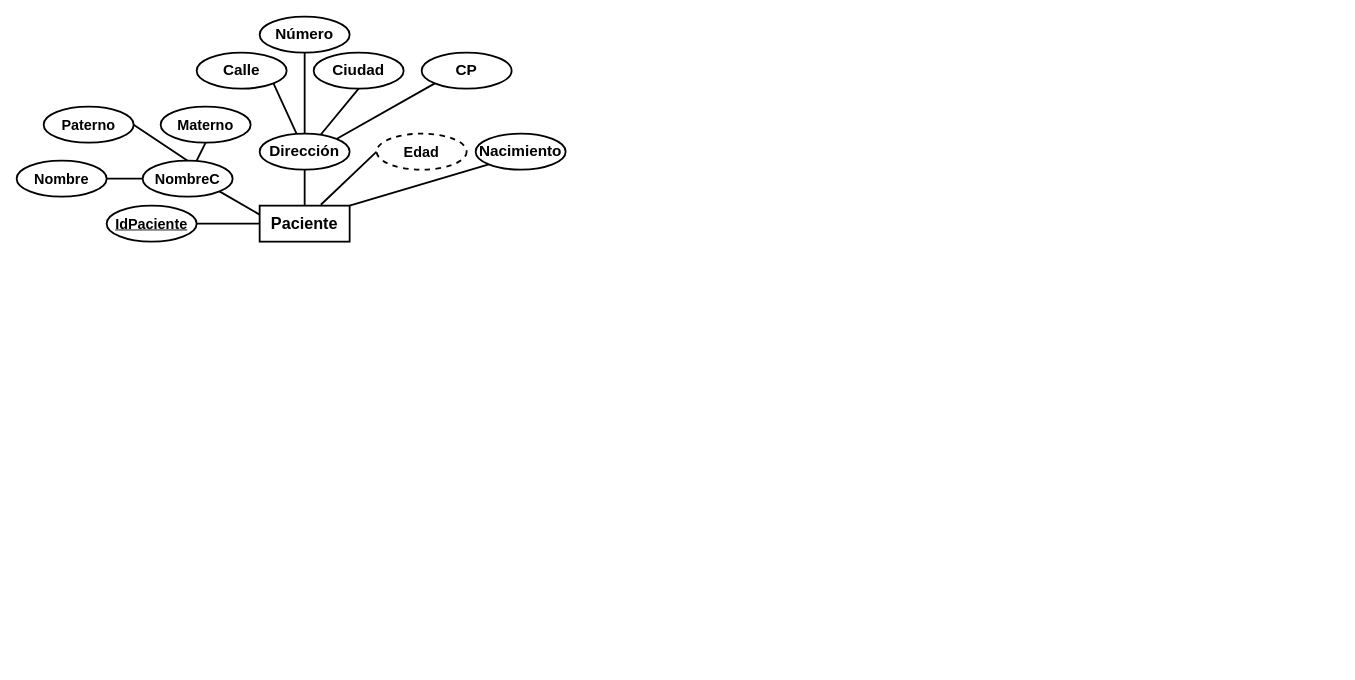
Above: clinica.drawio in DehyroM/EjercicioClinica (draw.io), before the change. Source tidied: cells renumbered, new cells numbered last; positions are measured from the earlier drawing's top-left corner, leaving out a move shared by most shapes. Both pictures are drawn from the tidied source at 90%, with x=0, y=0 at pixel (16, 16).
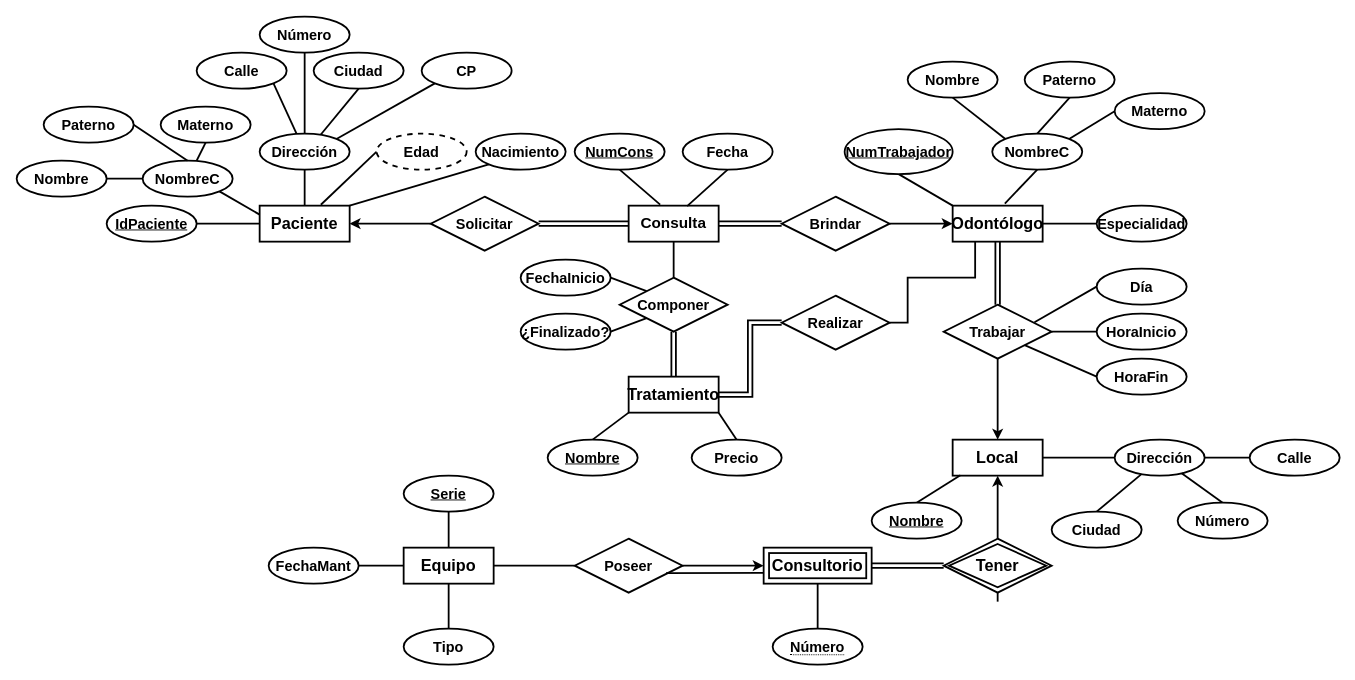
The same diagram, later.

Unchanged cells that the change refers to:
```xml
<mxCell id="2" value="Paciente" style="whiteSpace=wrap;html=1;align=center;strokeWidth=2;fontStyle=1;fontSize=18;" parent="1" vertex="1">
  <mxGeometry x="270" y="210" width="100" height="40" as="geometry" />
</mxCell>
```

Diff of the diagram source:
```diff
@@
-    <mxCell id="14" value="Dirección" style="ellipse;whiteSpace=wrap;html=1;align=center;fontSize=17;strokeWidth=2;fontStyle=1;" parent="1" vertex="1">
+    <mxCell id="14" value="Dirección" style="ellipse;whiteSpace=wrap;html=1;align=center;fontSize=16;strokeWidth=2;fontStyle=1;" parent="1" vertex="1">
       <mxGeometry x="270" y="130" width="100" height="40" as="geometry" />
     </mxCell>
@@
-    <mxCell id="16" value="Ciudad" style="ellipse;whiteSpace=wrap;html=1;align=center;fontSize=17;strokeWidth=2;fontStyle=1;" parent="1" vertex="1">
+    <mxCell id="16" value="Ciudad" style="ellipse;whiteSpace=wrap;html=1;align=center;fontSize=16;strokeWidth=2;fontStyle=1;" parent="1" vertex="1">
       <mxGeometry x="330" y="40" width="100" height="40" as="geometry" />
     </mxCell>
@@
-    <mxCell id="18" value="Número" style="ellipse;whiteSpace=wrap;html=1;align=center;fontSize=17;strokeWidth=2;fontStyle=1;" parent="1" vertex="1">
+    <mxCell id="18" value="Número" style="ellipse;whiteSpace=wrap;html=1;align=center;fontSize=16;strokeWidth=2;fontStyle=1;" parent="1" vertex="1">
       <mxGeometry x="270" width="100" height="40" as="geometry" />
     </mxCell>
@@
-    <mxCell id="20" value="Calle" style="ellipse;whiteSpace=wrap;html=1;align=center;fontSize=17;strokeWidth=2;fontStyle=1;" parent="1" vertex="1">
+    <mxCell id="20" value="Calle" style="ellipse;whiteSpace=wrap;html=1;align=center;fontSize=16;strokeWidth=2;fontStyle=1;" parent="1" vertex="1">
       <mxGeometry x="200" y="40" width="100" height="40" as="geometry" />
     </mxCell>
@@
-    <mxCell id="22" value="CP" style="ellipse;whiteSpace=wrap;html=1;align=center;fontSize=17;strokeWidth=2;fontStyle=1;" parent="1" vertex="1">
+    <mxCell id="22" value="CP" style="ellipse;whiteSpace=wrap;html=1;align=center;fontSize=16;strokeWidth=2;fontStyle=1;" parent="1" vertex="1">
       <mxGeometry x="450" y="40" width="100" height="40" as="geometry" />
     </mxCell>
@@
-    <mxCell id="26" value="Nacimiento" style="ellipse;whiteSpace=wrap;html=1;align=center;fontSize=17;strokeWidth=2;fontStyle=1;" parent="1" vertex="1">
+    <mxCell id="26" value="Nacimiento" style="ellipse;whiteSpace=wrap;html=1;align=center;fontSize=16;strokeWidth=2;fontStyle=1;" parent="1" vertex="1">
       <mxGeometry x="510" y="130" width="100" height="40" as="geometry" />
     </mxCell>
+    <mxCell id="27" value="Consulta" style="whiteSpace=wrap;html=1;align=center;fontSize=17;strokeWidth=2;fontStyle=1;" parent="1" vertex="1">
+      <mxGeometry x="680" y="210" width="100" height="40" as="geometry" />
+    </mxCell>
+    <mxCell id="28" style="edgeStyle=none;rounded=0;jettySize=auto;html=1;exitX=0.5;exitY=1;exitDx=0;exitDy=0;entryX=0.65;entryY=0.013;entryDx=0;entryDy=0;entryPerimeter=0;fontSize=16;endArrow=none;endFill=0;strokeWidth=2;" parent="1" edge="1" source="29" target="27">
+      <mxGeometry relative="1" as="geometry" />
+    </mxCell>
+    <mxCell id="29" value="Fecha" style="ellipse;whiteSpace=wrap;html=1;align=center;fontSize=16;strokeWidth=2;fontStyle=1;" parent="1" vertex="1">
+      <mxGeometry x="740" y="130" width="100" height="40" as="geometry" />
+    </mxCell>
+    <mxCell id="30" style="edgeStyle=none;rounded=0;jettySize=auto;html=1;exitX=0.5;exitY=1;exitDx=0;exitDy=0;entryX=0.35;entryY=-0.029;entryDx=0;entryDy=0;entryPerimeter=0;fontSize=16;endArrow=none;endFill=0;strokeWidth=2;" parent="1" edge="1" source="31" target="27">
+      <mxGeometry relative="1" as="geometry" />
+    </mxCell>
+    <mxCell id="31" value="NumCons" style="ellipse;whiteSpace=wrap;html=1;align=center;fontStyle=5;fontSize=16;strokeWidth=2;" parent="1" vertex="1">
+      <mxGeometry x="620" y="130" width="100" height="40" as="geometry" />
+    </mxCell>
+    <mxCell id="32" value="Odontólogo" style="whiteSpace=wrap;html=1;align=center;fontSize=18;strokeWidth=2;fontStyle=1;" parent="1" vertex="1">
+      <mxGeometry x="1040" y="210" width="100" height="40" as="geometry" />
+    </mxCell>
+    <mxCell id="33" style="edgeStyle=none;rounded=0;jettySize=auto;html=1;exitX=0.5;exitY=1;exitDx=0;exitDy=0;entryX=0;entryY=0;entryDx=0;entryDy=0;fontSize=16;endArrow=none;endFill=0;strokeWidth=2;" parent="1" edge="1" source="34" target="32">
+      <mxGeometry relative="1" as="geometry" />
+    </mxCell>
+    <mxCell id="34" value="NumTrabajador" style="ellipse;whiteSpace=wrap;html=1;align=center;fontStyle=5;fontSize=16;strokeWidth=2;" parent="1" vertex="1">
+      <mxGeometry x="920" y="125" width="120" height="50" as="geometry" />
+    </mxCell>
+    <mxCell id="35" style="edgeStyle=none;rounded=0;jettySize=auto;html=1;exitX=0.5;exitY=1;exitDx=0;exitDy=0;entryX=0.58;entryY=-0.057;entryDx=0;entryDy=0;entryPerimeter=0;fontSize=16;endArrow=none;endFill=0;strokeWidth=2;" parent="1" edge="1" source="36" target="32">
+      <mxGeometry relative="1" as="geometry" />
+    </mxCell>
+    <mxCell id="36" value="NombreC" style="ellipse;whiteSpace=wrap;html=1;align=center;fontSize=16;strokeWidth=2;fontStyle=1;" parent="1" vertex="1">
+      <mxGeometry x="1084" y="130" width="100" height="40" as="geometry" />
+    </mxCell>
+    <mxCell id="37" style="edgeStyle=none;rounded=0;jettySize=auto;html=1;exitX=0;exitY=0.5;exitDx=0;exitDy=0;entryX=1;entryY=0.5;entryDx=0;entryDy=0;fontSize=16;endArrow=none;endFill=0;strokeWidth=2;" parent="1" edge="1" source="38" target="32">
+      <mxGeometry relative="1" as="geometry" />
+    </mxCell>
+    <mxCell id="38" value="Especialidad" style="ellipse;whiteSpace=wrap;html=1;align=center;fontSize=16;strokeWidth=2;fontStyle=1;" parent="1" vertex="1">
+      <mxGeometry x="1200" y="210" width="100" height="40" as="geometry" />
+    </mxCell>
+    <mxCell id="39" style="edgeStyle=none;rounded=0;jettySize=auto;html=1;exitX=0.5;exitY=1;exitDx=0;exitDy=0;entryX=0;entryY=0;entryDx=0;entryDy=0;fontSize=16;endArrow=none;endFill=0;strokeWidth=2;" parent="1" edge="1" source="40" target="36">
+      <mxGeometry relative="1" as="geometry" />
+    </mxCell>
+    <mxCell id="40" value="Nombre" style="ellipse;whiteSpace=wrap;html=1;align=center;fontSize=16;strokeWidth=2;fontStyle=1;" parent="1" vertex="1">
+      <mxGeometry x="990" y="50" width="100" height="40" as="geometry" />
+    </mxCell>
+    <mxCell id="41" style="edgeStyle=none;rounded=0;jettySize=auto;html=1;exitX=0.5;exitY=1;exitDx=0;exitDy=0;entryX=0.5;entryY=0;entryDx=0;entryDy=0;fontSize=16;endArrow=none;endFill=0;strokeWidth=2;" parent="1" edge="1" source="42" target="36">
+      <mxGeometry relative="1" as="geometry" />
+    </mxCell>
+    <mxCell id="42" value="Paterno" style="ellipse;whiteSpace=wrap;html=1;align=center;fontSize=16;strokeWidth=2;fontStyle=1;" parent="1" vertex="1">
+      <mxGeometry x="1120" y="50" width="100" height="40" as="geometry" />
+    </mxCell>
+    <mxCell id="43" style="edgeStyle=none;rounded=0;jettySize=auto;html=1;exitX=0;exitY=0.5;exitDx=0;exitDy=0;entryX=1;entryY=0;entryDx=0;entryDy=0;fontSize=16;endArrow=none;endFill=0;strokeWidth=2;" parent="1" edge="1" source="44" target="36">
+      <mxGeometry relative="1" as="geometry" />
+    </mxCell>
+    <mxCell id="44" value="Materno" style="ellipse;whiteSpace=wrap;html=1;align=center;fontSize=16;strokeWidth=2;fontStyle=1;" parent="1" vertex="1">
+      <mxGeometry x="1220" y="85" width="100" height="40" as="geometry" />
+    </mxCell>
+    <mxCell id="45" value="Tratamiento" style="whiteSpace=wrap;html=1;align=center;fontSize=18;strokeWidth=2;fontStyle=1;" parent="1" vertex="1">
+      <mxGeometry x="680" y="400" width="100" height="40" as="geometry" />
+    </mxCell>
+    <mxCell id="46" style="edgeStyle=none;rounded=0;jettySize=auto;html=1;exitX=0.5;exitY=0;exitDx=0;exitDy=0;entryX=1;entryY=1;entryDx=0;entryDy=0;fontSize=18;endArrow=none;endFill=0;strokeWidth=2;" parent="1" edge="1" source="47" target="45">
+      <mxGeometry relative="1" as="geometry" />
+    </mxCell>
+    <mxCell id="47" value="Precio" style="ellipse;whiteSpace=wrap;html=1;align=center;fontSize=16;strokeWidth=2;fontStyle=1;" parent="1" vertex="1">
+      <mxGeometry x="750" y="470" width="100" height="40" as="geometry" />
+    </mxCell>
+    <mxCell id="48" style="edgeStyle=none;rounded=0;jettySize=auto;html=1;exitX=0.5;exitY=0;exitDx=0;exitDy=0;entryX=0;entryY=1;entryDx=0;entryDy=0;fontSize=18;endArrow=none;endFill=0;strokeWidth=2;" parent="1" edge="1" source="49" target="45">
+      <mxGeometry relative="1" as="geometry" />
+    </mxCell>
+    <mxCell id="49" value="Nombre" style="ellipse;whiteSpace=wrap;html=1;align=center;fontStyle=5;fontSize=16;strokeWidth=2;" parent="1" vertex="1">
+      <mxGeometry x="590" y="470" width="100" height="40" as="geometry" />
+    </mxCell>
+    <mxCell id="50" value="Local" style="whiteSpace=wrap;html=1;align=center;fontSize=18;strokeWidth=2;fontStyle=1;" parent="1" vertex="1">
+      <mxGeometry x="1040" y="470" width="100" height="40" as="geometry" />
+    </mxCell>
+    <mxCell id="51" style="edgeStyle=none;rounded=0;jettySize=auto;html=1;exitX=0.5;exitY=0;exitDx=0;exitDy=0;entryX=0.086;entryY=0.987;entryDx=0;entryDy=0;entryPerimeter=0;fontSize=16;endArrow=none;endFill=0;strokeWidth=2;" parent="1" edge="1" source="52" target="50">
+      <mxGeometry relative="1" as="geometry" />
+    </mxCell>
+    <mxCell id="52" value="Nombre" style="ellipse;whiteSpace=wrap;html=1;align=center;fontStyle=5;fontSize=16;strokeWidth=2;" parent="1" vertex="1">
+      <mxGeometry x="950" y="540" width="100" height="40" as="geometry" />
+    </mxCell>
+    <mxCell id="53" style="edgeStyle=none;rounded=0;jettySize=auto;html=1;exitX=0.5;exitY=0;exitDx=0;exitDy=0;entryX=0.298;entryY=0.957;entryDx=0;entryDy=0;entryPerimeter=0;fontSize=16;endArrow=none;endFill=0;strokeWidth=2;" parent="1" edge="1" source="54" target="56">
+      <mxGeometry relative="1" as="geometry" />
+    </mxCell>
+    <mxCell id="54" value="Ciudad" style="ellipse;whiteSpace=wrap;html=1;align=center;fontSize=16;strokeWidth=2;fontStyle=1;" parent="1" vertex="1">
+      <mxGeometry x="1150" y="550" width="100" height="40" as="geometry" />
+    </mxCell>
+    <mxCell id="55" style="edgeStyle=none;rounded=0;jettySize=auto;html=1;exitX=0;exitY=0.5;exitDx=0;exitDy=0;entryX=1;entryY=0.5;entryDx=0;entryDy=0;fontSize=16;endArrow=none;endFill=0;strokeWidth=2;" parent="1" edge="1" source="56" target="50">
+      <mxGeometry relative="1" as="geometry" />
+    </mxCell>
+    <mxCell id="56" value="Dirección" style="ellipse;whiteSpace=wrap;html=1;align=center;fontSize=16;strokeWidth=2;fontStyle=1;" parent="1" vertex="1">
+      <mxGeometry x="1220" y="470" width="100" height="40" as="geometry" />
+    </mxCell>
+    <mxCell id="57" style="edgeStyle=none;rounded=0;jettySize=auto;html=1;exitX=0.5;exitY=0;exitDx=0;exitDy=0;fontSize=16;endArrow=none;endFill=0;strokeWidth=2;" parent="1" edge="1" source="58" target="56">
+      <mxGeometry relative="1" as="geometry" />
+    </mxCell>
+    <mxCell id="58" value="Número" style="ellipse;whiteSpace=wrap;html=1;align=center;fontSize=16;strokeWidth=2;fontStyle=1;" parent="1" vertex="1">
+      <mxGeometry x="1290" y="540" width="100" height="40" as="geometry" />
+    </mxCell>
+    <mxCell id="59" style="edgeStyle=none;rounded=0;jettySize=auto;html=1;exitX=0;exitY=0.5;exitDx=0;exitDy=0;entryX=1;entryY=0.5;entryDx=0;entryDy=0;fontSize=16;endArrow=none;endFill=0;strokeWidth=2;" parent="1" edge="1" source="60" target="56">
+      <mxGeometry relative="1" as="geometry" />
+    </mxCell>
+    <mxCell id="60" value="Calle" style="ellipse;whiteSpace=wrap;html=1;align=center;fontSize=16;strokeWidth=2;fontStyle=1;" parent="1" vertex="1">
+      <mxGeometry x="1370" y="470" width="100" height="40" as="geometry" />
+    </mxCell>
+    <mxCell id="61" value="Consultorio" style="whiteSpace=wrap;html=1;align=center;fontSize=18;strokeWidth=2;fontStyle=1;shape=ext;margin=3;double=1;" parent="1" vertex="1">
+      <mxGeometry x="830" y="590" width="120" height="40" as="geometry" />
+    </mxCell>
+    <mxCell id="62" style="edgeStyle=none;rounded=0;jettySize=auto;html=1;exitX=0.5;exitY=0;exitDx=0;exitDy=0;entryX=0.5;entryY=1;entryDx=0;entryDy=0;fontSize=16;endArrow=none;endFill=0;strokeWidth=2;" parent="1" edge="1" source="73" target="61">
+      <mxGeometry relative="1" as="geometry" />
+    </mxCell>
+    <mxCell id="63" value="Equipo" style="whiteSpace=wrap;html=1;align=center;fontSize=18;strokeWidth=2;fontStyle=1;" parent="1" vertex="1">
+      <mxGeometry x="430" y="590" width="100" height="40" as="geometry" />
+    </mxCell>
+    <mxCell id="64" style="edgeStyle=none;rounded=0;jettySize=auto;html=1;exitX=0.5;exitY=1;exitDx=0;exitDy=0;entryX=0.5;entryY=0;entryDx=0;entryDy=0;fontSize=18;endArrow=none;endFill=0;strokeWidth=2;" parent="1" edge="1" source="65" target="63">
+      <mxGeometry relative="1" as="geometry" />
+    </mxCell>
+    <mxCell id="65" value="Serie" style="ellipse;whiteSpace=wrap;html=1;align=center;fontStyle=5;fontSize=16;strokeWidth=2;" parent="1" vertex="1">
+      <mxGeometry x="430" y="510" width="100" height="40" as="geometry" />
+    </mxCell>
+    <mxCell id="66" style="edgeStyle=none;rounded=0;jettySize=auto;html=1;exitX=1;exitY=0.5;exitDx=0;exitDy=0;entryX=0;entryY=0.5;entryDx=0;entryDy=0;fontSize=18;endArrow=none;endFill=0;strokeWidth=2;" parent="1" edge="1" source="67" target="63">
+      <mxGeometry relative="1" as="geometry" />
+    </mxCell>
+    <mxCell id="67" value="FechaMant" style="ellipse;whiteSpace=wrap;html=1;align=center;fontSize=16;strokeWidth=2;fontStyle=1;" parent="1" vertex="1">
+      <mxGeometry x="280" y="590" width="100" height="40" as="geometry" />
+    </mxCell>
+    <mxCell id="68" style="edgeStyle=none;rounded=0;jettySize=auto;html=1;exitX=0.5;exitY=0;exitDx=0;exitDy=0;entryX=0.5;entryY=1;entryDx=0;entryDy=0;fontSize=18;endArrow=none;endFill=0;strokeWidth=2;" parent="1" edge="1" source="69" target="63">
+      <mxGeometry relative="1" as="geometry" />
+    </mxCell>
+    <mxCell id="69" value="Tipo" style="ellipse;whiteSpace=wrap;html=1;align=center;fontSize=16;strokeWidth=2;fontStyle=1;" parent="1" vertex="1">
+      <mxGeometry x="430" y="680" width="100" height="40" as="geometry" />
+    </mxCell>
+    <mxCell id="70" style="edgeStyle=none;rounded=0;jettySize=auto;html=1;exitX=0.5;exitY=0;exitDx=0;exitDy=0;entryX=0.5;entryY=1;entryDx=0;entryDy=0;fontSize=18;endArrow=classic;endFill=1;strokeWidth=2;" parent="1" edge="1" target="50">
+      <mxGeometry relative="1" as="geometry">
+        <mxPoint x="1090" y="650" as="sourcePoint" />
+      </mxGeometry>
+    </mxCell>
+    <mxCell id="71" style="edgeStyle=none;rounded=0;jettySize=auto;html=1;exitX=0;exitY=0.5;exitDx=0;exitDy=0;entryX=1;entryY=0.5;entryDx=0;entryDy=0;fontSize=18;endArrow=none;endFill=0;strokeWidth=2;shape=link;" parent="1" edge="1" source="72" target="61">
+      <mxGeometry relative="1" as="geometry" />
+    </mxCell>
+    <mxCell id="72" value="Tener" style="shape=rhombus;perimeter=rhombusPerimeter;whiteSpace=wrap;html=1;align=center;fontSize=18;strokeWidth=2;fontStyle=1;double=1;" parent="1" vertex="1">
+      <mxGeometry x="1030" y="580" width="120" height="60" as="geometry" />
+    </mxCell>
+    <mxCell id="73" value="&lt;span style=&quot;border-bottom: 1px dotted; font-size: 16px;&quot;&gt;Número&lt;/span&gt;" style="ellipse;whiteSpace=wrap;html=1;align=center;fontSize=16;strokeWidth=2;fontStyle=1;" parent="1" vertex="1">
+      <mxGeometry x="840" y="680" width="100" height="40" as="geometry" />
+    </mxCell>
+    <mxCell id="74" style="edgeStyle=none;rounded=0;jettySize=auto;html=1;exitX=0;exitY=0.5;exitDx=0;exitDy=0;entryX=1;entryY=0.5;entryDx=0;entryDy=0;fontSize=16;endArrow=none;endFill=0;strokeWidth=2;" parent="1" edge="1" source="76" target="63">
+      <mxGeometry relative="1" as="geometry" />
+    </mxCell>
+    <mxCell id="75" style="edgeStyle=none;rounded=0;jettySize=auto;html=1;exitX=1;exitY=0.5;exitDx=0;exitDy=0;entryX=0;entryY=0.5;entryDx=0;entryDy=0;fontSize=16;endArrow=classic;endFill=1;strokeWidth=2;" parent="1" edge="1" source="76" target="61">
+      <mxGeometry relative="1" as="geometry" />
+    </mxCell>
+    <mxCell id="76" value="Poseer" style="shape=rhombus;perimeter=rhombusPerimeter;whiteSpace=wrap;html=1;align=center;fontSize=16;strokeWidth=2;fontStyle=1;" parent="1" vertex="1">
+      <mxGeometry x="620" y="580" width="120" height="60" as="geometry" />
+    </mxCell>
+    <mxCell id="77" style="edgeStyle=none;rounded=0;jettySize=auto;html=1;exitX=0.846;exitY=0.638;exitDx=0;exitDy=0;fontSize=16;endArrow=none;endFill=0;strokeWidth=2;exitPerimeter=0;" parent="1" edge="1" source="76">
+      <mxGeometry relative="1" as="geometry">
+        <mxPoint x="830" y="618" as="targetPoint" />
+      </mxGeometry>
+    </mxCell>
+    <mxCell id="78" style="edgeStyle=orthogonalEdgeStyle;rounded=0;jettySize=auto;html=1;exitX=1;exitY=0.5;exitDx=0;exitDy=0;entryX=0.25;entryY=1;entryDx=0;entryDy=0;fontSize=16;endArrow=none;endFill=0;strokeWidth=2;" parent="1" edge="1" source="80" target="32">
+      <mxGeometry relative="1" as="geometry">
+        <Array as="points">
+          <mxPoint x="990" y="340" />
+          <mxPoint x="990" y="290" />
+          <mxPoint x="1065" y="290" />
+        </Array>
+      </mxGeometry>
+    </mxCell>
+    <mxCell id="79" style="edgeStyle=orthogonalEdgeStyle;rounded=0;jettySize=auto;html=1;exitX=0;exitY=0.5;exitDx=0;exitDy=0;entryX=1;entryY=0.5;entryDx=0;entryDy=0;fontSize=16;endArrow=none;endFill=0;strokeWidth=2;shape=link;" parent="1" edge="1" source="80" target="45">
+      <mxGeometry relative="1" as="geometry" />
+    </mxCell>
+    <mxCell id="80" value="Realizar" style="shape=rhombus;perimeter=rhombusPerimeter;whiteSpace=wrap;html=1;align=center;fontSize=16;strokeWidth=2;fontStyle=1;" parent="1" vertex="1">
+      <mxGeometry x="850" y="310" width="120" height="60" as="geometry" />
+    </mxCell>
+    <mxCell id="81" style="edgeStyle=orthogonalEdgeStyle;rounded=0;jettySize=auto;html=1;exitX=0.5;exitY=0;exitDx=0;exitDy=0;entryX=0.5;entryY=1;entryDx=0;entryDy=0;fontSize=16;endArrow=none;endFill=0;strokeWidth=2;shape=link;" parent="1" edge="1" source="83" target="32">
+      <mxGeometry relative="1" as="geometry" />
+    </mxCell>
+    <mxCell id="82" style="edgeStyle=orthogonalEdgeStyle;rounded=0;jettySize=auto;html=1;exitX=0.5;exitY=1;exitDx=0;exitDy=0;entryX=0.5;entryY=0;entryDx=0;entryDy=0;fontSize=16;endArrow=classic;endFill=1;strokeWidth=2;" parent="1" edge="1" source="83" target="50">
+      <mxGeometry relative="1" as="geometry" />
+    </mxCell>
+    <mxCell id="83" value="Trabajar" style="shape=rhombus;perimeter=rhombusPerimeter;whiteSpace=wrap;html=1;align=center;fontSize=16;strokeWidth=2;fontStyle=1;" parent="1" vertex="1">
+      <mxGeometry x="1030" y="320" width="120" height="60" as="geometry" />
+    </mxCell>
+    <mxCell id="84" style="edgeStyle=none;rounded=0;jettySize=auto;html=1;exitX=0;exitY=0.5;exitDx=0;exitDy=0;entryX=1;entryY=1;entryDx=0;entryDy=0;fontSize=16;endArrow=none;endFill=0;strokeWidth=2;" parent="1" edge="1" source="85" target="83">
+      <mxGeometry relative="1" as="geometry" />
+    </mxCell>
+    <mxCell id="85" value="HoraFin" style="ellipse;whiteSpace=wrap;html=1;align=center;fontSize=16;strokeWidth=2;fontStyle=1;" parent="1" vertex="1">
+      <mxGeometry x="1200" y="380" width="100" height="40" as="geometry" />
+    </mxCell>
+    <mxCell id="86" style="edgeStyle=none;rounded=0;jettySize=auto;html=1;exitX=0;exitY=0.5;exitDx=0;exitDy=0;entryX=1;entryY=0.5;entryDx=0;entryDy=0;fontSize=16;endArrow=none;endFill=0;strokeWidth=2;" parent="1" edge="1" source="87" target="83">
+      <mxGeometry relative="1" as="geometry" />
+    </mxCell>
+    <mxCell id="87" value="HoraInicio" style="ellipse;whiteSpace=wrap;html=1;align=center;fontSize=16;strokeWidth=2;fontStyle=1;" parent="1" vertex="1">
+      <mxGeometry x="1200" y="330" width="100" height="40" as="geometry" />
+    </mxCell>
+    <mxCell id="88" style="rounded=0;jettySize=auto;html=1;exitX=0;exitY=0.5;exitDx=0;exitDy=0;entryX=0.841;entryY=0.325;entryDx=0;entryDy=0;entryPerimeter=0;fontSize=16;endArrow=none;endFill=0;strokeWidth=2;" parent="1" edge="1" source="89" target="83">
+      <mxGeometry relative="1" as="geometry" />
+    </mxCell>
+    <mxCell id="89" value="Día" style="ellipse;whiteSpace=wrap;html=1;align=center;fontSize=16;strokeWidth=2;fontStyle=1;" parent="1" vertex="1">
+      <mxGeometry x="1200" y="280" width="100" height="40" as="geometry" />
+    </mxCell>
+    <mxCell id="90" style="edgeStyle=none;rounded=0;jettySize=auto;html=1;exitX=1;exitY=0.5;exitDx=0;exitDy=0;entryX=0;entryY=0.5;entryDx=0;entryDy=0;fontSize=16;endArrow=none;endFill=0;strokeWidth=2;shape=link;" parent="1" edge="1" source="92" target="27">
+      <mxGeometry relative="1" as="geometry" />
+    </mxCell>
+    <mxCell id="91" style="edgeStyle=none;rounded=0;jettySize=auto;html=1;exitX=0;exitY=0.5;exitDx=0;exitDy=0;entryX=1;entryY=0.5;entryDx=0;entryDy=0;fontSize=16;endArrow=classic;endFill=1;strokeWidth=2;" parent="1" edge="1" source="92" target="2">
+      <mxGeometry relative="1" as="geometry" />
+    </mxCell>
+    <mxCell id="92" value="Solicitar" style="shape=rhombus;perimeter=rhombusPerimeter;whiteSpace=wrap;html=1;align=center;fontSize=16;strokeWidth=2;fontStyle=1;" parent="1" vertex="1">
+      <mxGeometry x="460" y="200" width="120" height="60" as="geometry" />
+    </mxCell>
+    <mxCell id="93" style="edgeStyle=none;rounded=0;jettySize=auto;html=1;exitX=1;exitY=0.5;exitDx=0;exitDy=0;entryX=0;entryY=0.5;entryDx=0;entryDy=0;fontSize=16;endArrow=classic;endFill=1;strokeWidth=2;" parent="1" edge="1" source="95" target="32">
+      <mxGeometry relative="1" as="geometry" />
+    </mxCell>
+    <mxCell id="94" style="edgeStyle=none;rounded=0;jettySize=auto;html=1;exitX=0;exitY=0.5;exitDx=0;exitDy=0;entryX=1;entryY=0.5;entryDx=0;entryDy=0;fontSize=16;endArrow=none;endFill=0;strokeWidth=2;shape=link;" parent="1" edge="1" source="95" target="27">
+      <mxGeometry relative="1" as="geometry" />
+    </mxCell>
+    <mxCell id="95" value="Brindar" style="shape=rhombus;perimeter=rhombusPerimeter;whiteSpace=wrap;html=1;align=center;fontSize=16;strokeWidth=2;fontStyle=1;" parent="1" vertex="1">
+      <mxGeometry x="850" y="200" width="120" height="60" as="geometry" />
+    </mxCell>
+    <mxCell id="96" style="edgeStyle=none;rounded=0;jettySize=auto;html=1;exitX=0.5;exitY=0;exitDx=0;exitDy=0;entryX=0.5;entryY=1;entryDx=0;entryDy=0;fontSize=16;endArrow=none;endFill=0;strokeWidth=2;" parent="1" edge="1" source="98" target="27">
+      <mxGeometry relative="1" as="geometry" />
+    </mxCell>
+    <mxCell id="97" style="edgeStyle=none;rounded=0;jettySize=auto;html=1;exitX=0.5;exitY=1;exitDx=0;exitDy=0;entryX=0.5;entryY=0;entryDx=0;entryDy=0;fontSize=16;endArrow=none;endFill=0;strokeWidth=2;shape=link;" parent="1" edge="1" source="98" target="45">
+      <mxGeometry relative="1" as="geometry" />
+    </mxCell>
+    <mxCell id="98" value="Componer" style="shape=rhombus;perimeter=rhombusPerimeter;whiteSpace=wrap;html=1;align=center;fontSize=16;strokeWidth=2;fontStyle=1;" parent="1" vertex="1">
+      <mxGeometry x="670" y="290" width="120" height="60" as="geometry" />
+    </mxCell>
+    <mxCell id="99" style="edgeStyle=none;rounded=0;jettySize=auto;html=1;exitX=1;exitY=0.5;exitDx=0;exitDy=0;entryX=0;entryY=1;entryDx=0;entryDy=0;fontSize=16;endArrow=none;endFill=0;strokeWidth=2;" parent="1" edge="1" source="100" target="98">
+      <mxGeometry relative="1" as="geometry" />
+    </mxCell>
+    <mxCell id="100" value="¿Finalizado?" style="ellipse;whiteSpace=wrap;html=1;align=center;fontSize=16;strokeWidth=2;fontStyle=1;" parent="1" vertex="1">
+      <mxGeometry x="560" y="330" width="100" height="40" as="geometry" />
+    </mxCell>
+    <mxCell id="101" style="rounded=0;jettySize=auto;html=1;exitX=1;exitY=0.5;exitDx=0;exitDy=0;entryX=0;entryY=0;entryDx=0;entryDy=0;fontSize=16;endArrow=none;endFill=0;strokeWidth=2;" parent="1" edge="1" source="102" target="98">
+      <mxGeometry relative="1" as="geometry" />
+    </mxCell>
+    <mxCell id="102" value="FechaInicio" style="ellipse;whiteSpace=wrap;html=1;align=center;fontSize=16;strokeWidth=2;fontStyle=1;" parent="1" vertex="1">
+      <mxGeometry x="560" y="270" width="100" height="40" as="geometry" />
+    </mxCell>
```
